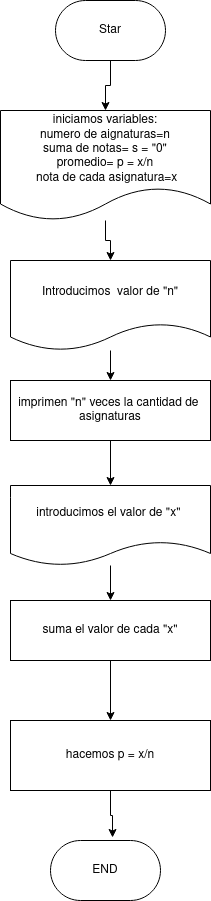
adogonz23/programacion keeps this draw.io diagram as Unidad-1/TareasUnidad1/images/Ejercicio8.drawio.png. Above is the earlier version. Source tidied: cells renumbered, new cells last; positions are measured from the earlier drawing's top-left corner, leaving out a move shared by most shapes.
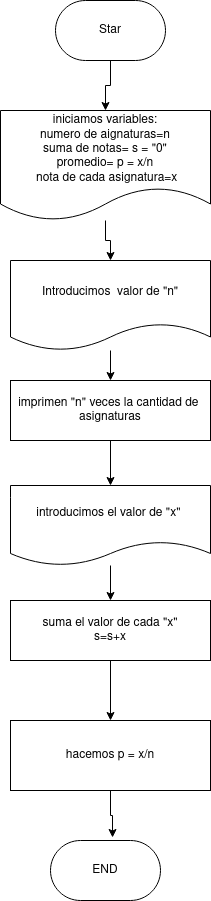
The same file after the commit.

The edit, as a diff of the source:
```diff
@@ -23,7 +23,7 @@
     <mxCell id="8" style="edgeStyle=orthogonalEdgeStyle;rounded=0;jettySize=auto;html=1;entryX=0.5;entryY=0;entryDx=0;entryDy=0;" parent="1" edge="1" source="9" target="15">
       <mxGeometry relative="1" as="geometry" />
     </mxCell>
-    <mxCell id="9" value="&lt;div&gt;suma el valor de cada &quot;x&quot;&lt;/div&gt;" style="rounded=0;whiteSpace=wrap;html=1;" parent="1" vertex="1">
+    <mxCell id="9" value="&lt;div&gt;suma el valor de cada &quot;x&quot;&lt;/div&gt;&lt;div&gt;s=s+x&lt;br&gt;&lt;/div&gt;" style="rounded=0;whiteSpace=wrap;html=1;" parent="1" vertex="1">
       <mxGeometry x="10" y="600" width="200" height="60" as="geometry" />
     </mxCell>
     <mxCell id="10" value="END" style="html=1;dashed=0;whiteSpace=wrap;shape=mxgraph.dfd.start;" parent="1" vertex="1">
```
